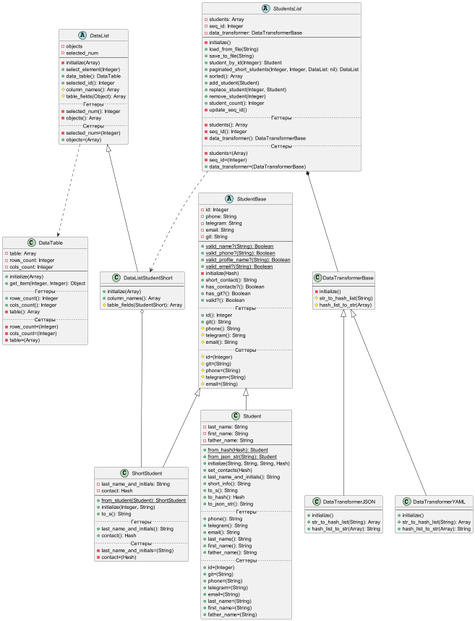
r1411/PatternsLabs keeps this PlantUML diagram as Diagrams/lab2.png. Above is the earlier version.
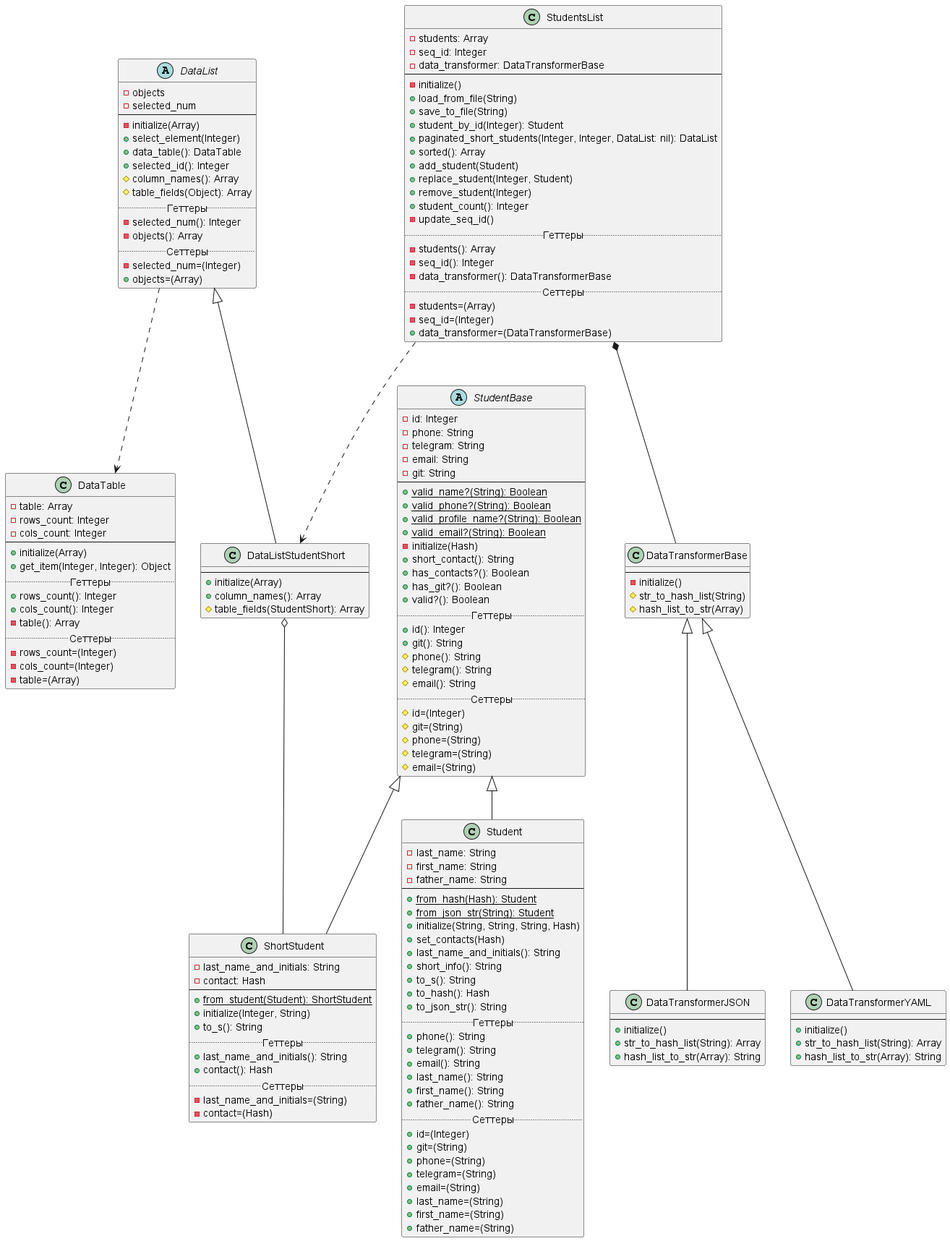
Above is the later version.

Commit message:
Фикс ошибки в диаграмме lab2

What changed in the source:
```diff
@@ -124,7 +124,7 @@
     #table_fields(StudentShort): Array
 }
 
-abstract class StudentsList {
+class StudentsList {
     -students: Array
     -seq_id: Integer
     -data_transformer: DataTransformerBase
```
